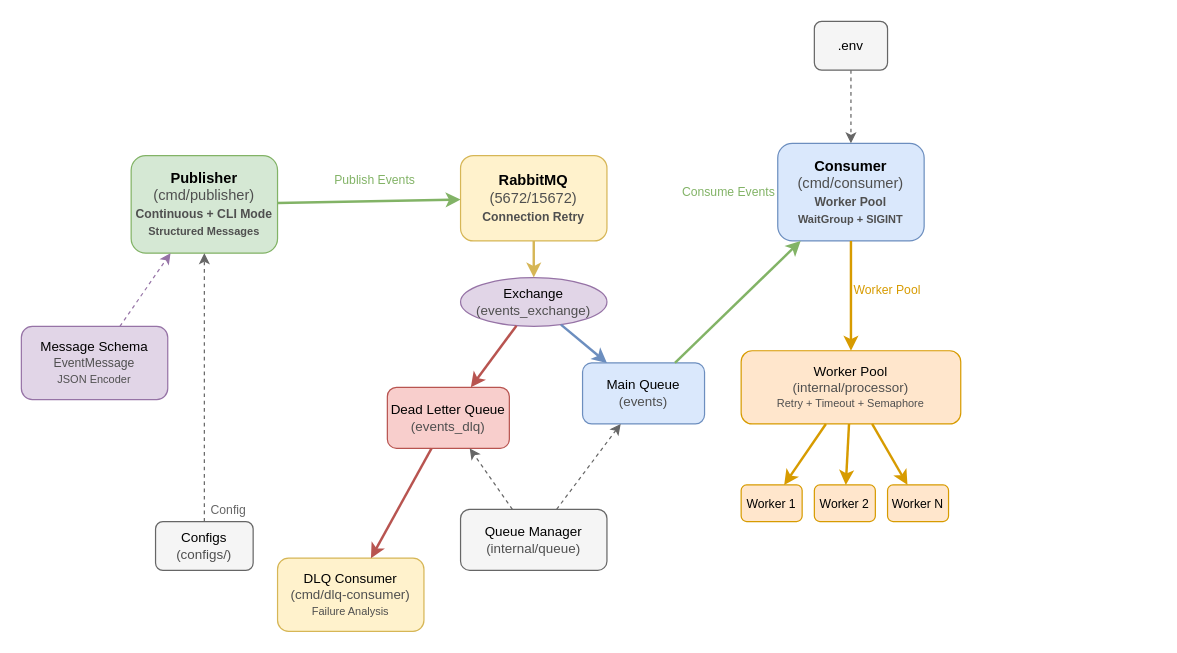
The draw.io diagram docs/architecture.drawio in lorenaziviani/go_hopper, before the edit. Source tidied: cells renumbered, new cells numbered last; positions are measured from the earlier drawing's top-left corner, leaving out a move shared by most shapes. Both pictures are drawn from the tidied source at 122%, with x=0, y=0 at pixel (21, 21).
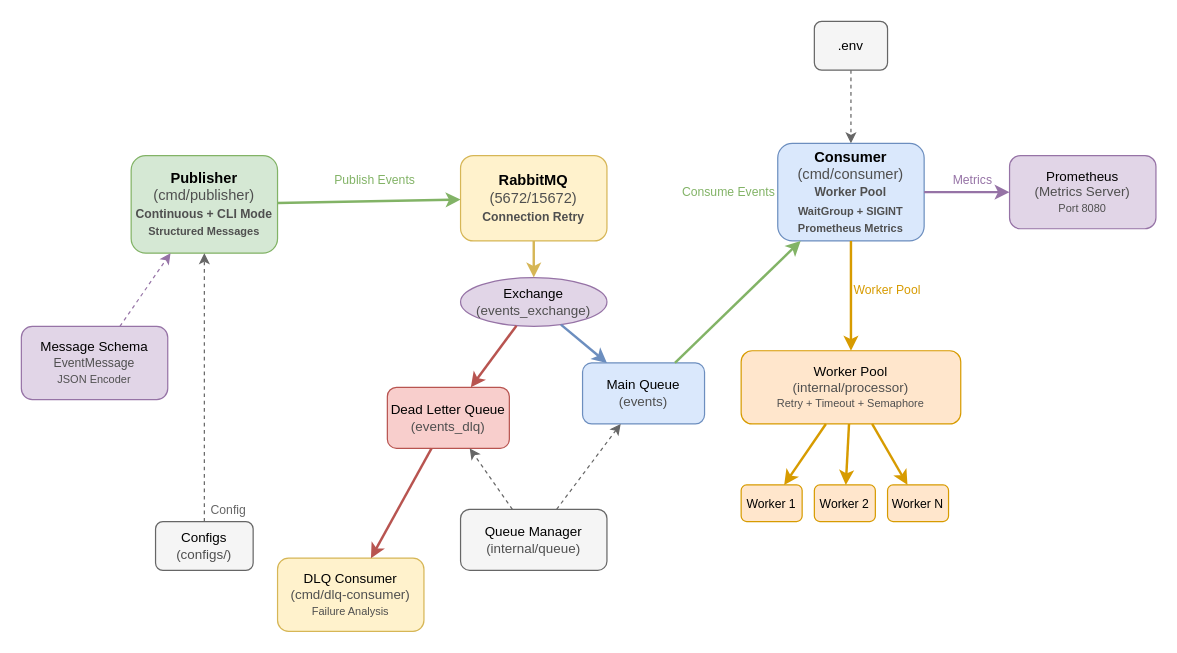
The same page after the edit.

Commit message (it also covers changes not shown here):
chore(metrics): add Prometheus metrics to consumer

What changed in the source:
```diff
@@
-    <mxCell id="7" value="Consumer&lt;br&gt;&lt;span style=&quot;font-weight: normal;&quot;&gt;&lt;font style=&quot;color: rgb(79, 79, 79);&quot;&gt;(cmd/consumer)&lt;/font&gt;&lt;/span&gt;&lt;br&gt;&lt;font style=&quot;color: rgb(79, 79, 79); font-size: 10px;&quot;&gt;Worker Pool&lt;/font&gt;&lt;br&gt;&lt;font style=&quot;color: rgb(79, 79, 79); font-size: 9px;&quot;&gt;WaitGroup + SIGINT&lt;/font&gt;" style="rounded=1;whiteSpace=wrap;html=1;fillColor=#dae8fc;strokeColor=#6c8ebf;fontSize=12;fontStyle=1;" parent="1" vertex="1">
+    <mxCell id="7" value="Consumer&lt;br&gt;&lt;span style=&quot;font-weight: normal;&quot;&gt;&lt;font style=&quot;color: rgb(79, 79, 79);&quot;&gt;(cmd/consumer)&lt;/font&gt;&lt;/span&gt;&lt;br&gt;&lt;font style=&quot;color: rgb(79, 79, 79); font-size: 10px;&quot;&gt;Worker Pool&lt;/font&gt;&lt;br&gt;&lt;font style=&quot;color: rgb(79, 79, 79); font-size: 9px;&quot;&gt;WaitGroup + SIGINT&lt;/font&gt;&lt;br&gt;&lt;font style=&quot;color: rgb(79, 79, 79); font-size: 9px;&quot;&gt;Prometheus Metrics&lt;/font&gt;" style="rounded=1;whiteSpace=wrap;html=1;fillColor=#dae8fc;strokeColor=#6c8ebf;fontSize=12;fontStyle=1;" parent="1" vertex="1">
       <mxGeometry x="620" y="100" width="120" height="80" as="geometry" />
     </mxCell>
@@
+    <mxCell id="36" value="Prometheus&lt;br&gt;&lt;font style=&quot;color: rgb(79, 79, 79);&quot;&gt;(Metrics Server)&lt;/font&gt;&lt;br&gt;&lt;font style=&quot;color: rgb(79, 79, 79); font-size: 9px;&quot;&gt;Port 8080&lt;/font&gt;" style="rounded=1;whiteSpace=wrap;html=1;fillColor=#e1d5e7;strokeColor=#9673a6;fontSize=11;" parent="1" vertex="1">
+      <mxGeometry x="810" y="110" width="120" height="60" as="geometry" />
+    </mxCell>
@@
+    <mxCell id="37" style="endArrow=classic;html=1;rounded=0;strokeWidth=2;strokeColor=#9673a6;" parent="1" edge="1" source="7" target="36">
+      <mxGeometry relative="1" as="geometry" />
+    </mxCell>
@@
+    <mxCell id="38" value="Metrics" style="text;html=1;strokeColor=none;fillColor=none;align=center;verticalAlign=middle;whiteSpace=wrap;rounded=0;fontSize=10;fontColor=#9673a6;" parent="1" vertex="1">
+      <mxGeometry x="760" y="120" width="40" height="20" as="geometry" />
+    </mxCell>
```
